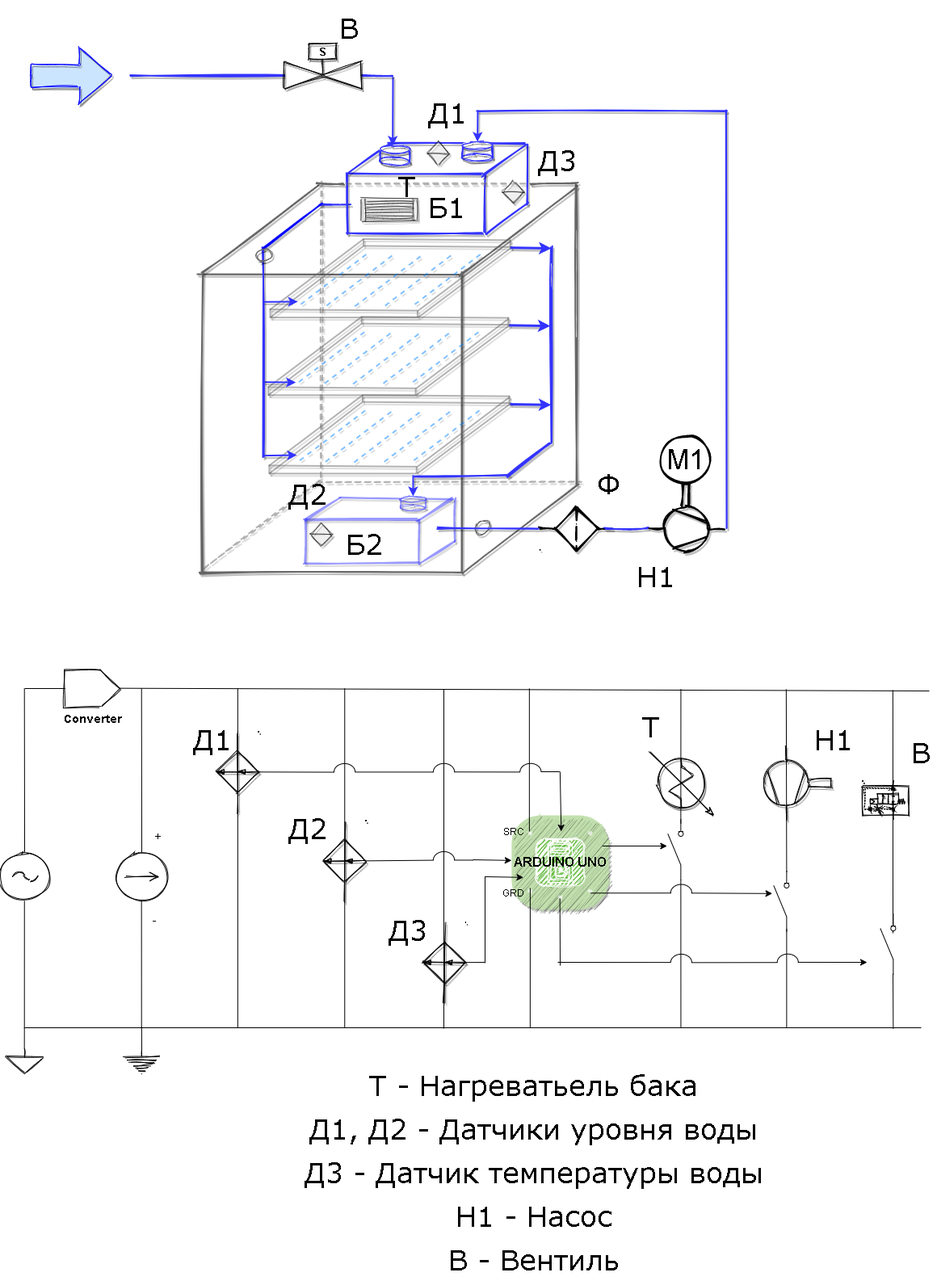
Yerlan999/SmartGreenHouse-KazATU keeps this draw.io diagram as diagrams/pngs/Water System.png. Above is the earlier version. Source tidied: cells renumbered, new cells last; positions are measured from the earlier drawing's top-left corner, leaving out a move shared by most shapes.
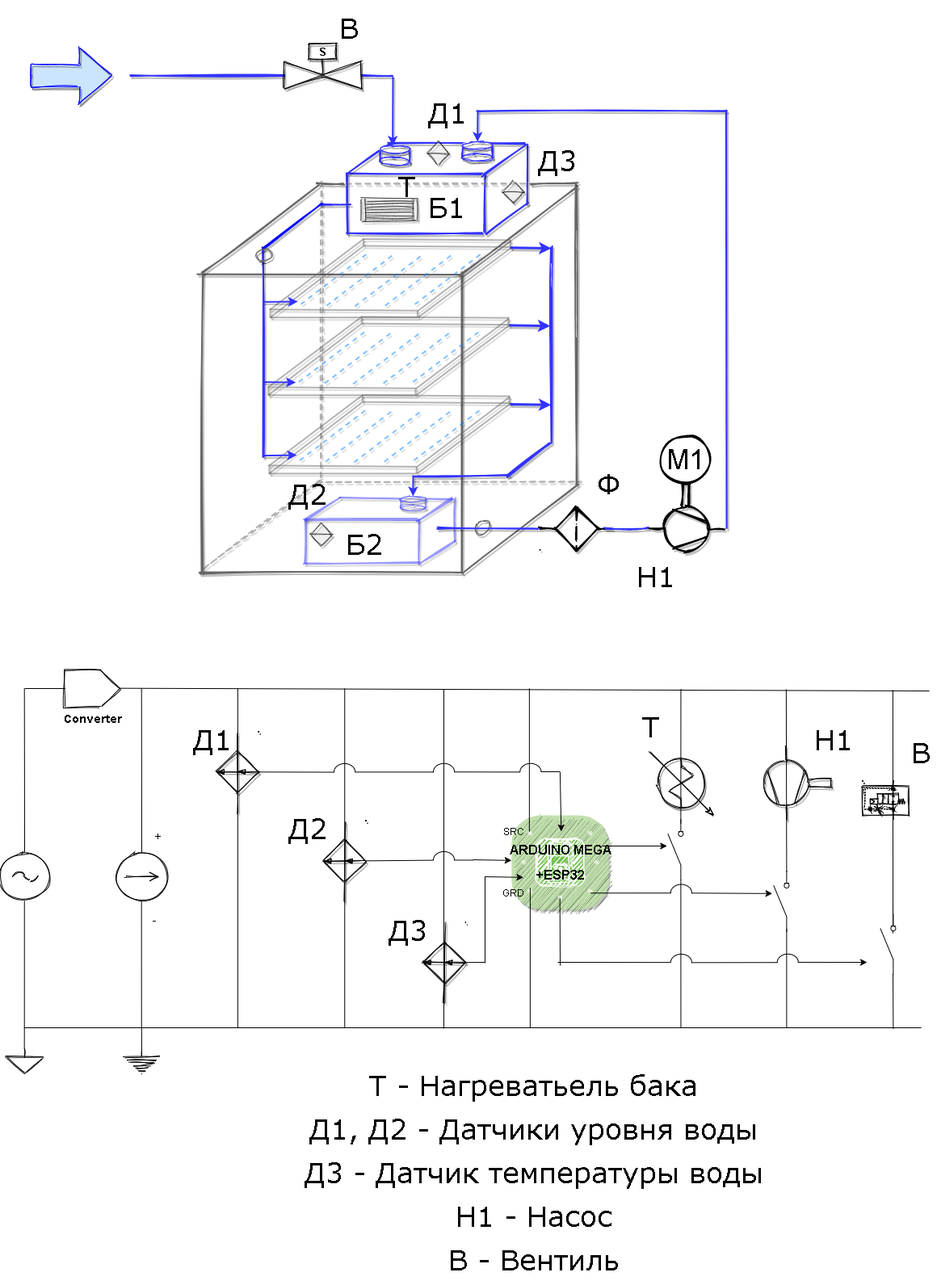
The same file after the commit.

Change to the diagram source:
```diff
@@ -682,8 +682,8 @@
         <mxPoint x="654.9" y="844" as="targetPoint" />
       </mxGeometry>
     </mxCell>
-    <mxCell id="161" value="&lt;p&gt;&lt;b&gt;&lt;font style=&quot;font-size: 16px&quot;&gt;ARDUINO UNO&lt;/font&gt;&lt;/b&gt;&lt;/p&gt;" style="text;html=1;align=center;verticalAlign=middle;strokeColor=none;" parent="1" vertex="1">
-      <mxGeometry x="627.9" y="1039" width="130" height="40" as="geometry" />
+    <mxCell id="161" value="&lt;p&gt;&lt;b&gt;&lt;font style=&quot;font-size: 16px&quot;&gt;ARDUINO MEGA&lt;/font&gt;&lt;/b&gt;&lt;/p&gt;&lt;p&gt;&lt;b&gt;&lt;font style=&quot;font-size: 16px&quot;&gt;+ESP32&lt;/font&gt;&lt;/b&gt;&lt;/p&gt;" style="text;html=1;align=center;verticalAlign=middle;strokeColor=none;" parent="1" vertex="1">
+      <mxGeometry x="622.9" y="1024" width="140" height="70" as="geometry" />
     </mxCell>
     <mxCell id="162" value="&lt;p&gt;&lt;font style=&quot;font-size: 16px&quot;&gt;+&lt;/font&gt;&lt;/p&gt;" style="text;html=1;align=center;verticalAlign=middle;strokeColor=none;" parent="1" vertex="1">
       <mxGeometry x="184.9" y="1002" width="20" height="50" as="geometry" />
```
